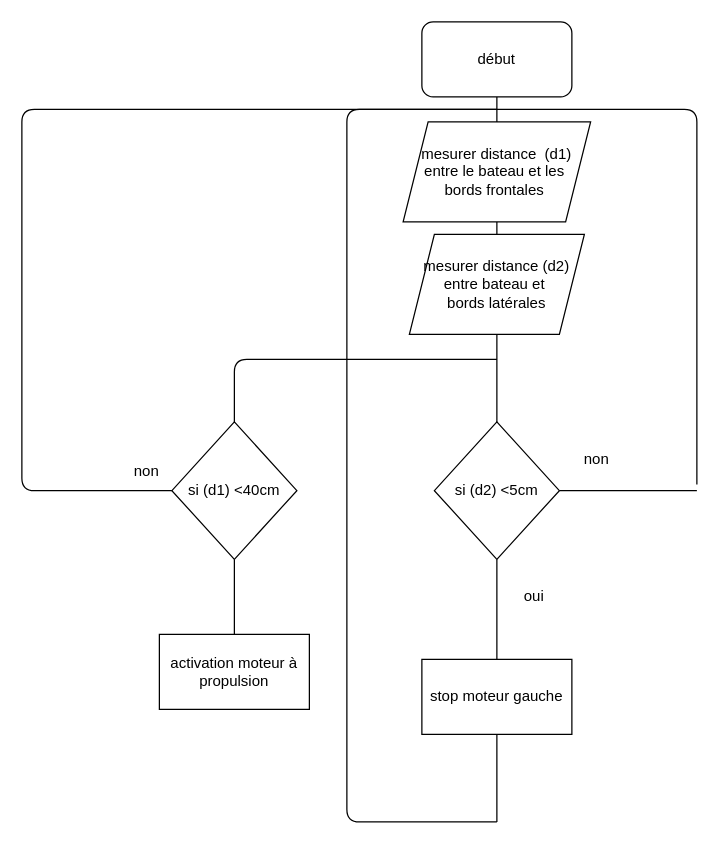
The draw.io diagram Untitled Diagram.drawio in drovrak/ProjetSI-2021-, before the edit. Source tidied: cells renumbered, new cells numbered last; positions are measured from the earlier drawing's top-left corner, leaving out a move shared by most shapes. Both pictures are drawn from the tidied source at 125%, with x=0, y=0 at pixel (21, 21).
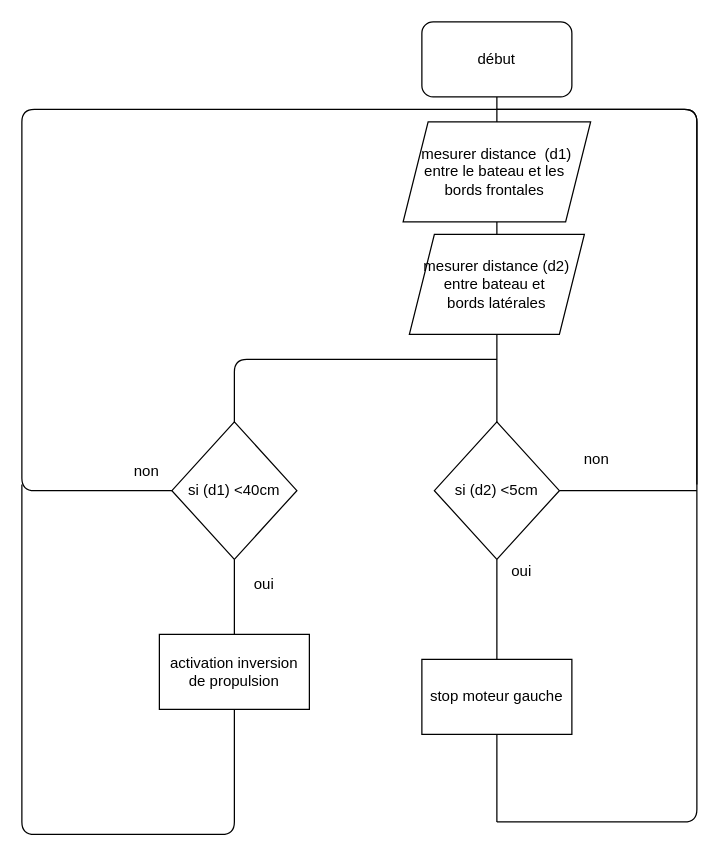
The same diagram, later.

Diff of the diagram source:
```diff
@@
     <mxCell id="11" value="oui" style="text;html=1;strokeColor=none;fillColor=none;align=center;verticalAlign=middle;whiteSpace=wrap;rounded=0;" parent="1" vertex="1">
-      <mxGeometry x="390" y="450" width="40" height="20" as="geometry" />
+      <mxGeometry x="380" y="430" width="40" height="20" as="geometry" />
     </mxCell>
@@
     <mxCell id="14" style="endArrow=none;html=1;" parent="1" edge="1">
       <mxGeometry relative="1" as="geometry">
         <mxPoint x="380" y="70" as="sourcePoint" />
         <mxPoint x="380" y="640" as="targetPoint" />
         <Array as="points">
-          <mxPoint x="260" y="70" />
-          <mxPoint x="260" y="640" />
+          <mxPoint x="540" y="70" />
+          <mxPoint x="540" y="640" />
         </Array>
       </mxGeometry>
     </mxCell>
@@
-    <mxCell id="22" value="activation moteur à propulsion" style="rounded=0;whiteSpace=wrap;html=1;" parent="1" vertex="1">
+    <mxCell id="22" value="activation inversion de propulsion" style="rounded=0;whiteSpace=wrap;html=1;" parent="1" vertex="1">
       <mxGeometry x="110" y="490" width="120" height="60" as="geometry" />
     </mxCell>
+    <mxCell id="23" style="endArrow=none;html=1;entryX=0.5;entryY=1;entryDx=0;entryDy=0;" parent="1" edge="1" target="22">
+      <mxGeometry relative="1" as="geometry">
+        <mxPoint y="370" as="sourcePoint" />
+        <Array as="points">
+          <mxPoint y="650" />
+          <mxPoint x="170" y="650" />
+        </Array>
+      </mxGeometry>
+    </mxCell>
+    <mxCell id="24" value="oui" style="text;html=1;strokeColor=none;fillColor=none;align=center;verticalAlign=middle;whiteSpace=wrap;rounded=0;" parent="1" vertex="1">
+      <mxGeometry x="174" y="440" width="40" height="20" as="geometry" />
+    </mxCell>
```
